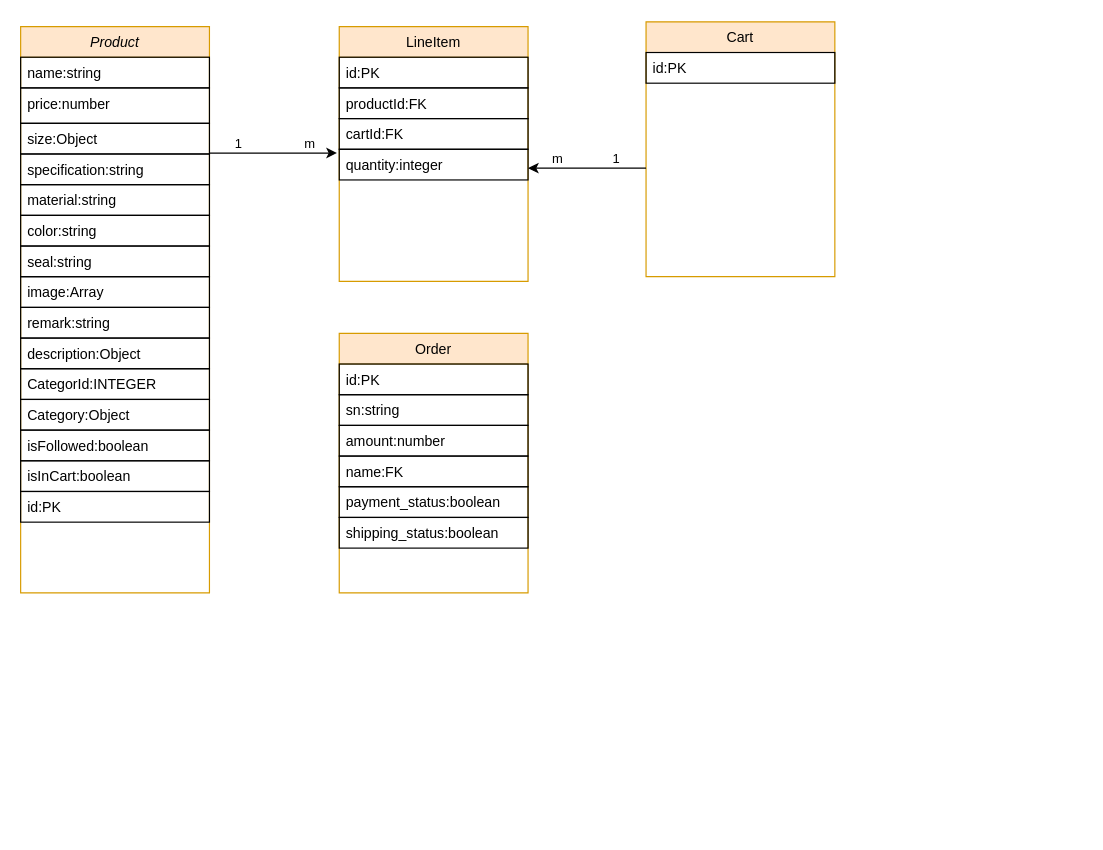
iita71737/xxstudiotw-vue keeps this draw.io diagram as public/Untitled Diagram.drawio. Above is the earlier version. Source tidied: cells renumbered, new cells numbered last; positions are measured from the earlier drawing's top-left corner, leaving out a move shared by most shapes. Both pictures are drawn from the tidied source at 118%, with x=0, y=0 at pixel (20, 21).
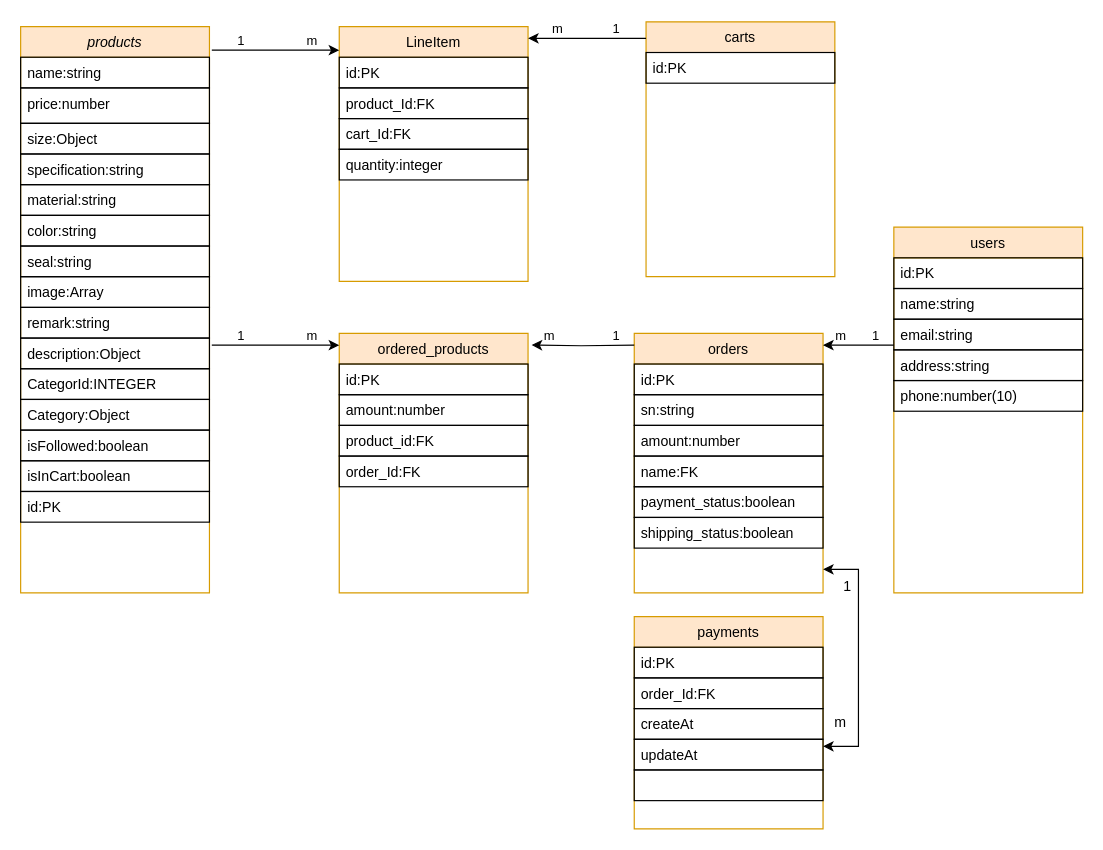
After the change.

The change refers to these unchanged cells:
```xml
<mxCell id="27" value="LineItem" style="swimlane;fontStyle=0;align=center;verticalAlign=top;horizontal=1;startSize=26;rounded=0;shadow=0;strokeWidth=1;fillColor=#ffe6cc;strokeColor=#d79b00;" parent="1" vertex="1">
  <mxGeometry x="270" y="4" width="160" height="216" as="geometry" />
</mxCell>
```

Change to the diagram source:
```diff
@@
-    <mxCell id="2" value="Product" style="swimlane;fontStyle=2;align=center;verticalAlign=top;horizontal=1;startSize=26;rounded=0;shadow=0;strokeWidth=1;fillColor=#ffe6cc;strokeColor=#d79b00;" parent="1" vertex="1">
+    <mxCell id="2" value="products" style="swimlane;fontStyle=2;align=center;verticalAlign=top;horizontal=1;startSize=26;rounded=0;shadow=0;strokeWidth=1;fillColor=#ffe6cc;strokeColor=#d79b00;" parent="1" vertex="1">
       <mxGeometry y="4" width="160" height="480" as="geometry" />
     </mxCell>
@@
-    <mxCell id="18" value="Order" style="swimlane;fontStyle=0;align=center;verticalAlign=top;horizontal=1;startSize=26;rounded=0;shadow=0;strokeWidth=1;fillColor=#ffe6cc;strokeColor=#d79b00;" parent="1" vertex="1">
-      <mxGeometry x="270" y="264" width="160" height="220" as="geometry" />
+    <mxCell id="18" value="orders" style="swimlane;fontStyle=0;align=center;verticalAlign=top;horizontal=1;startSize=26;rounded=0;shadow=0;strokeWidth=1;fillColor=#ffe6cc;strokeColor=#d79b00;" parent="1" vertex="1">
+      <mxGeometry x="520" y="264" width="160" height="220" as="geometry" />
     </mxCell>
@@
-    <mxCell id="25" value="Cart" style="swimlane;fontStyle=0;align=center;verticalAlign=top;horizontal=1;startSize=26;rounded=0;shadow=0;strokeWidth=1;fillColor=#ffe6cc;strokeColor=#d79b00;" parent="1" vertex="1">
+    <mxCell id="25" value="carts" style="swimlane;fontStyle=0;align=center;verticalAlign=top;horizontal=1;startSize=26;rounded=0;shadow=0;strokeWidth=1;fillColor=#ffe6cc;strokeColor=#d79b00;" parent="1" vertex="1">
       <mxGeometry x="530" width="160" height="216" as="geometry" />
     </mxCell>
@@
-    <mxCell id="29" value="productId:FK" style="text;align=left;verticalAlign=top;spacingLeft=4;spacingRight=4;overflow=hidden;rounded=0;shadow=0;html=0;strokeColor=default;" parent="27" vertex="1">
+    <mxCell id="29" value="product_Id:FK" style="text;align=left;verticalAlign=top;spacingLeft=4;spacingRight=4;overflow=hidden;rounded=0;shadow=0;html=0;strokeColor=default;" parent="27" vertex="1">
       <mxGeometry y="52" width="160" height="26" as="geometry" />
     </mxCell>
-    <mxCell id="30" value="cartId:FK" style="text;align=left;verticalAlign=top;spacingLeft=4;spacingRight=4;overflow=hidden;rounded=0;shadow=0;html=0;strokeColor=default;" parent="27" vertex="1">
+    <mxCell id="30" value="cart_Id:FK" style="text;align=left;verticalAlign=top;spacingLeft=4;spacingRight=4;overflow=hidden;rounded=0;shadow=0;html=0;strokeColor=default;" parent="27" vertex="1">
       <mxGeometry y="78" width="160" height="26" as="geometry" />
     </mxCell>
@@
     <mxCell id="32" style="endArrow=classic;html=1;rounded=0;edgeStyle=orthogonalEdgeStyle;" parent="1" edge="1">
       <mxGeometry relative="1" as="geometry">
-        <mxPoint x="160" y="111.2" as="sourcePoint" />
-        <mxPoint x="268" y="111.2" as="targetPoint" />
+        <mxPoint x="162" y="24" as="sourcePoint" />
+        <mxPoint x="270" y="24" as="targetPoint" />
         <Array as="points">
-          <mxPoint x="200" y="111.2" />
-          <mxPoint x="200" y="111.2" />
+          <mxPoint x="202" y="24" />
+          <mxPoint x="202" y="24" />
         </Array>
       </mxGeometry>
     </mxCell>
@@
     <mxCell id="35" style="endArrow=classic;html=1;rounded=0;edgeStyle=orthogonalEdgeStyle;" parent="1" edge="1">
       <mxGeometry relative="1" as="geometry">
-        <mxPoint x="530" y="124" as="sourcePoint" />
-        <mxPoint x="430" y="124" as="targetPoint" />
+        <mxPoint x="530" y="14" as="sourcePoint" />
+        <mxPoint x="430" y="14" as="targetPoint" />
       </mxGeometry>
     </mxCell>
@@
+    <mxCell id="38" value="ordered_products" style="swimlane;fontStyle=0;align=center;verticalAlign=top;horizontal=1;startSize=26;rounded=0;shadow=0;strokeWidth=1;fillColor=#ffe6cc;strokeColor=#d79b00;" parent="1" vertex="1">
+      <mxGeometry x="270" y="264" width="160" height="220" as="geometry" />
+    </mxCell>
+    <mxCell id="39" value="id:PK" style="text;align=left;verticalAlign=top;spacingLeft=4;spacingRight=4;overflow=hidden;strokeColor=default;" parent="38" vertex="1">
+      <mxGeometry y="26" width="160" height="26" as="geometry" />
+    </mxCell>
+    <mxCell id="40" value="amount:number" style="text;align=left;verticalAlign=top;spacingLeft=4;spacingRight=4;overflow=hidden;strokeColor=default;" parent="38" vertex="1">
+      <mxGeometry y="52" width="160" height="26" as="geometry" />
+    </mxCell>
+    <mxCell id="41" value="product_id:FK" style="text;align=left;verticalAlign=top;spacingLeft=4;spacingRight=4;overflow=hidden;strokeColor=default;" parent="38" vertex="1">
+      <mxGeometry y="78" width="160" height="26" as="geometry" />
+    </mxCell>
+    <mxCell id="42" value="order_Id:FK&#10;" style="text;align=left;verticalAlign=top;spacingLeft=4;spacingRight=4;overflow=hidden;strokeColor=default;" parent="38" vertex="1">
+      <mxGeometry y="104" width="160" height="26" as="geometry" />
+    </mxCell>
+    <mxCell id="43" value="users" style="swimlane;fontStyle=0;align=center;verticalAlign=top;horizontal=1;startSize=26;rounded=0;shadow=0;strokeWidth=1;fillColor=#ffe6cc;strokeColor=#d79b00;" parent="1" vertex="1">
+      <mxGeometry x="740" y="174" width="160" height="310" as="geometry" />
+    </mxCell>
+    <mxCell id="44" value="id:PK" style="text;align=left;verticalAlign=top;spacingLeft=4;spacingRight=4;overflow=hidden;strokeColor=default;" parent="43" vertex="1">
+      <mxGeometry y="26" width="160" height="26" as="geometry" />
+    </mxCell>
+    <mxCell id="45" value="name:string" style="text;align=left;verticalAlign=top;spacingLeft=4;spacingRight=4;overflow=hidden;strokeColor=default;" parent="43" vertex="1">
+      <mxGeometry y="52" width="160" height="26" as="geometry" />
+    </mxCell>
+    <mxCell id="46" value="email:string" style="text;align=left;verticalAlign=top;spacingLeft=4;spacingRight=4;overflow=hidden;strokeColor=default;" parent="43" vertex="1">
+      <mxGeometry y="78" width="160" height="26" as="geometry" />
+    </mxCell>
+    <mxCell id="47" value="address:string" style="text;align=left;verticalAlign=top;spacingLeft=4;spacingRight=4;overflow=hidden;strokeColor=default;" parent="43" vertex="1">
+      <mxGeometry y="104" width="160" height="26" as="geometry" />
+    </mxCell>
+    <mxCell id="48" value="phone:number(10)" style="text;align=left;verticalAlign=top;spacingLeft=4;spacingRight=4;overflow=hidden;strokeColor=default;" parent="43" vertex="1">
+      <mxGeometry y="130" width="160" height="26" as="geometry" />
+    </mxCell>
+    <mxCell id="49" style="endArrow=classic;html=1;rounded=0;edgeStyle=orthogonalEdgeStyle;" parent="1" edge="1">
+      <mxGeometry relative="1" as="geometry">
+        <mxPoint x="740" y="274" as="sourcePoint" />
+        <mxPoint x="680" y="274" as="targetPoint" />
+      </mxGeometry>
+    </mxCell>
+    <mxCell id="50" value="1" style="edgeLabel;html=1;align=left;verticalAlign=bottom;strokeColor=default;" parent="49" vertex="1">
+      <mxGeometry x="-1" relative="1" as="geometry">
+        <mxPoint x="-20" as="offset" />
+      </mxGeometry>
+    </mxCell>
+    <mxCell id="51" value="m" style="edgeLabel;html=1;align=right;verticalAlign=bottom;strokeColor=default;" parent="49" vertex="1">
+      <mxGeometry x="1" relative="1" as="geometry">
+        <mxPoint x="20" as="offset" />
+      </mxGeometry>
+    </mxCell>
+    <mxCell id="52" style="endArrow=classic;html=1;rounded=0;edgeStyle=orthogonalEdgeStyle;entryX=1.019;entryY=0.045;entryDx=0;entryDy=0;entryPerimeter=0;" parent="1" edge="1" target="38">
+      <mxGeometry relative="1" as="geometry">
+        <mxPoint x="520" y="274" as="sourcePoint" />
+      </mxGeometry>
+    </mxCell>
+    <mxCell id="53" value="1" style="edgeLabel;html=1;align=left;verticalAlign=bottom;strokeColor=default;" parent="52" vertex="1">
+      <mxGeometry x="-1" relative="1" as="geometry">
+        <mxPoint x="-20" as="offset" />
+      </mxGeometry>
+    </mxCell>
+    <mxCell id="54" value="m" style="edgeLabel;html=1;align=right;verticalAlign=bottom;strokeColor=default;" parent="52" vertex="1">
+      <mxGeometry x="1" relative="1" as="geometry">
+        <mxPoint x="20" as="offset" />
+      </mxGeometry>
+    </mxCell>
+    <mxCell id="55" style="endArrow=classic;html=1;rounded=0;edgeStyle=orthogonalEdgeStyle;" parent="1" edge="1">
+      <mxGeometry relative="1" as="geometry">
+        <mxPoint x="162" y="274" as="sourcePoint" />
+        <mxPoint x="270" y="274" as="targetPoint" />
+        <Array as="points">
+          <mxPoint x="202" y="274" />
+          <mxPoint x="202" y="274" />
+        </Array>
+      </mxGeometry>
+    </mxCell>
+    <mxCell id="56" value="1" style="edgeLabel;html=1;align=left;verticalAlign=bottom;strokeColor=default;" parent="55" vertex="1">
+      <mxGeometry x="-1" relative="1" as="geometry">
+        <mxPoint x="20" as="offset" />
+      </mxGeometry>
+    </mxCell>
+    <mxCell id="57" value="m" style="edgeLabel;html=1;align=right;verticalAlign=bottom;strokeColor=default;" parent="55" vertex="1">
+      <mxGeometry x="1" relative="1" as="geometry">
+        <mxPoint x="-18" as="offset" />
+      </mxGeometry>
+    </mxCell>
+    <mxCell id="58" value="payments" style="swimlane;fontStyle=0;align=center;verticalAlign=top;horizontal=1;startSize=26;rounded=0;shadow=0;strokeWidth=1;fillColor=#ffe6cc;strokeColor=#d79b00;" parent="1" vertex="1">
+      <mxGeometry x="520" y="504" width="160" height="180" as="geometry" />
+    </mxCell>
+    <mxCell id="59" value="id:PK" style="text;align=left;verticalAlign=top;spacingLeft=4;spacingRight=4;overflow=hidden;strokeColor=default;" parent="58" vertex="1">
+      <mxGeometry y="26" width="160" height="26" as="geometry" />
+    </mxCell>
+    <mxCell id="60" value="order_Id:FK" style="text;align=left;verticalAlign=top;spacingLeft=4;spacingRight=4;overflow=hidden;strokeColor=default;" parent="58" vertex="1">
+      <mxGeometry y="52" width="160" height="26" as="geometry" />
+    </mxCell>
+    <mxCell id="61" value="createAt" style="text;align=left;verticalAlign=top;spacingLeft=4;spacingRight=4;overflow=hidden;strokeColor=default;" parent="58" vertex="1">
+      <mxGeometry y="78" width="160" height="26" as="geometry" />
+    </mxCell>
+    <mxCell id="62" value="updateAt&#10;" style="text;align=left;verticalAlign=top;spacingLeft=4;spacingRight=4;overflow=hidden;strokeColor=default;" parent="58" vertex="1">
+      <mxGeometry y="104" width="160" height="26" as="geometry" />
+    </mxCell>
+    <mxCell id="63" style="text;align=left;verticalAlign=top;spacingLeft=4;spacingRight=4;overflow=hidden;strokeColor=default;" parent="58" vertex="1">
+      <mxGeometry y="130" width="160" height="26" as="geometry" />
+    </mxCell>
+    <mxCell id="64" style="endArrow=classic;startArrow=classic;html=1;rounded=0;edgeStyle=orthogonalEdgeStyle;startFill=1;" parent="1" edge="1">
+      <mxGeometry relative="1" as="geometry">
+        <mxPoint x="680" y="614" as="sourcePoint" />
+        <mxPoint x="680" y="464" as="targetPoint" />
+        <Array as="points">
+          <mxPoint x="710" y="614" />
+          <mxPoint x="710" y="464" />
+        </Array>
+      </mxGeometry>
+    </mxCell>
+    <mxCell id="65" value="1" style="text;strokeColor=none;fillColor=none;align=center;verticalAlign=middle;rounded=0;whiteSpace=wrap;html=1;" parent="1" vertex="1">
+      <mxGeometry x="700" y="474" height="10" as="geometry" />
+    </mxCell>
+    <mxCell id="66" value="m" style="text;html=1;strokeColor=none;fillColor=none;align=center;verticalAlign=middle;whiteSpace=wrap;rounded=0;" parent="1" vertex="1">
+      <mxGeometry x="680" y="584" width="30" height="20" as="geometry" />
+    </mxCell>
```
